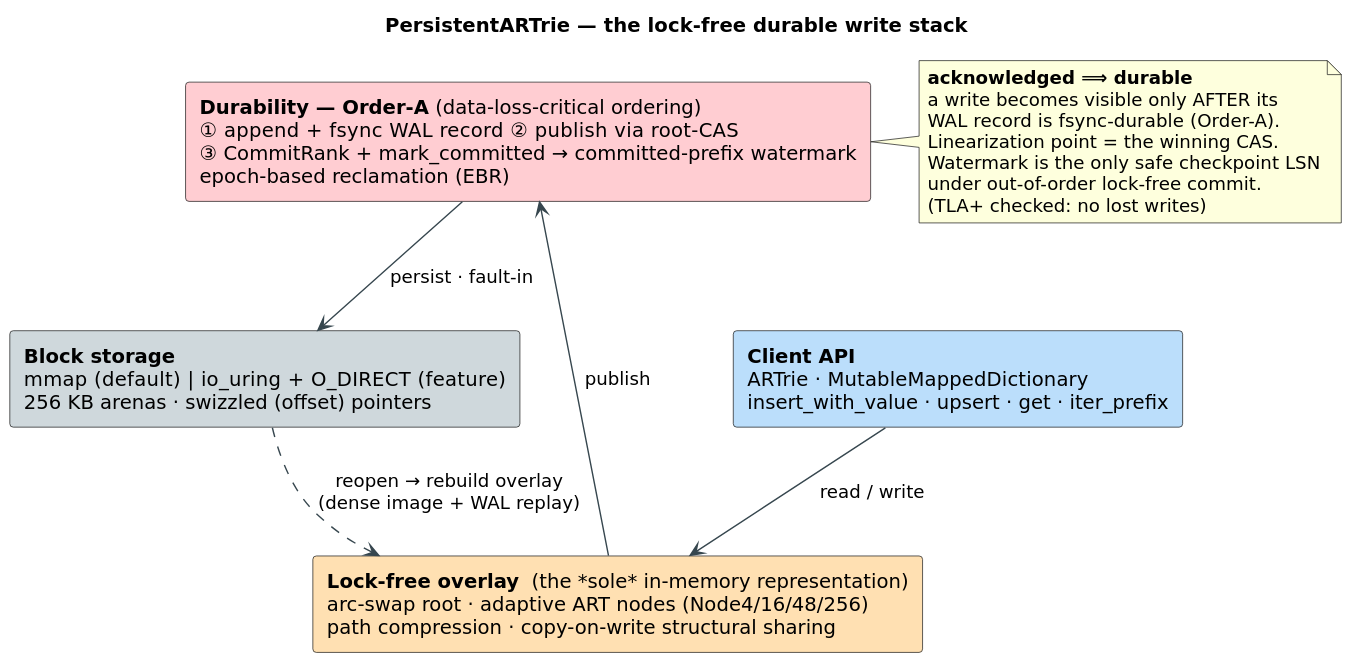
vinary-tree/libdictenstein keeps this PlantUML diagram as docs/diagrams/artrie-layering.svg. Above is the earlier version. Its diagram source:
```plantuml
@startuml
skinparam backgroundColor #FFFFFF
skinparam defaultFontName "DejaVu Sans"
skinparam ArrowColor #37474F
title PersistentARTrie — the lock-free **durable** write stack

rectangle "**Client API**\nARTrie · MutableMappedDictionary\ninsert_with_value · upsert · get · iter_prefix" as Client #BBDEFB

rectangle "**Lock-free overlay**  (the *sole* in-memory representation)\narc-swap root · adaptive ART nodes (Node4/16/48/256)\npath compression · copy-on-write structural sharing" as Overlay #FFE0B2

rectangle "**Durability — Order-A** (data-loss-critical ordering)\n① append + fsync WAL record   ② publish via root-CAS\n③ CommitRank + mark_committed → committed-prefix watermark\nepoch-based reclamation (EBR)" as Dur #FFCDD2

rectangle "**Block storage**\nmmap (default)  |  io_uring + O_DIRECT (feature)\n256 KB arenas · swizzled (offset) pointers" as Store #CFD8DC

Client --> Overlay : "read / write"
Overlay --> Dur : "publish"
Dur --> Store : "persist · fault-in"
Store ..> Overlay : "reopen → rebuild overlay\n(dense image + WAL replay)"

note right of Dur
  **acknowledged ⟹ durable**
  a write becomes visible only AFTER its
  WAL record is fsync-durable (Order-A).
  Linearization point = the winning CAS.
  Watermark is the only safe checkpoint LSN
  under out-of-order lock-free commit.
  (TLA+ checked: no lost writes)
end note
@enduml
```
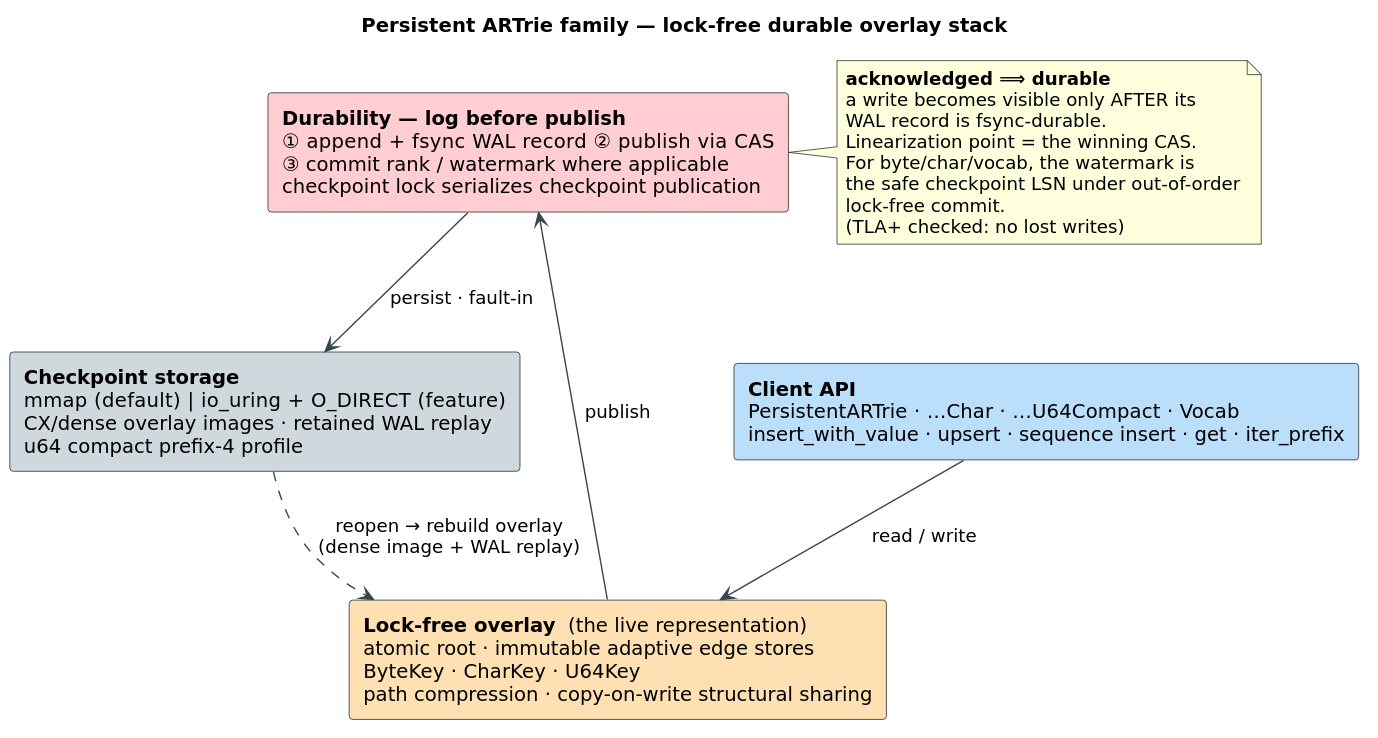
The same file after the commit.

The edit, as a diff of the source:
```diff
@@ -2,15 +2,15 @@
 skinparam backgroundColor #FFFFFF
 skinparam defaultFontName "DejaVu Sans"
 skinparam ArrowColor #37474F
-title PersistentARTrie — the lock-free **durable** write stack
+title Persistent ARTrie family — lock-free **durable** overlay stack
 
-rectangle "**Client API**\nARTrie · MutableMappedDictionary\ninsert_with_value · upsert · get · iter_prefix" as Client #BBDEFB
+rectangle "**Client API**\nPersistentARTrie · …Char · …U64Compact · Vocab\ninsert_with_value · upsert · sequence insert · get · iter_prefix" as Client #BBDEFB
 
-rectangle "**Lock-free overlay**  (the *sole* in-memory representation)\narc-swap root · adaptive ART nodes (Node4/16/48/256)\npath compression · copy-on-write structural sharing" as Overlay #FFE0B2
+rectangle "**Lock-free overlay**  (the live representation)\natomic root · immutable adaptive edge stores\nByteKey · CharKey · U64Key\npath compression · copy-on-write structural sharing" as Overlay #FFE0B2
 
-rectangle "**Durability — Order-A** (data-loss-critical ordering)\n① append + fsync WAL record   ② publish via root-CAS\n③ CommitRank + mark_committed → committed-prefix watermark\nepoch-based reclamation (EBR)" as Dur #FFCDD2
+rectangle "**Durability — log before publish**\n① append + fsync WAL record   ② publish via CAS\n③ commit rank / watermark where applicable\ncheckpoint lock serializes checkpoint publication" as Dur #FFCDD2
 
-rectangle "**Block storage**\nmmap (default)  |  io_uring + O_DIRECT (feature)\n256 KB arenas · swizzled (offset) pointers" as Store #CFD8DC
+rectangle "**Checkpoint storage**\nmmap (default)  |  io_uring + O_DIRECT (feature)\nCX/dense overlay images · retained WAL replay\nu64 compact prefix-4 profile" as Store #CFD8DC
 
 Client --> Overlay : "read / write"
 Overlay --> Dur : "publish"
@@ -20,10 +20,11 @@
 note right of Dur
   **acknowledged ⟹ durable**
   a write becomes visible only AFTER its
-  WAL record is fsync-durable (Order-A).
+  WAL record is fsync-durable.
   Linearization point = the winning CAS.
-  Watermark is the only safe checkpoint LSN
-  under out-of-order lock-free commit.
+  For byte/char/vocab, the watermark is
+  the safe checkpoint LSN under out-of-order
+  lock-free commit.
   (TLA+ checked: no lost writes)
 end note
 @enduml
```
